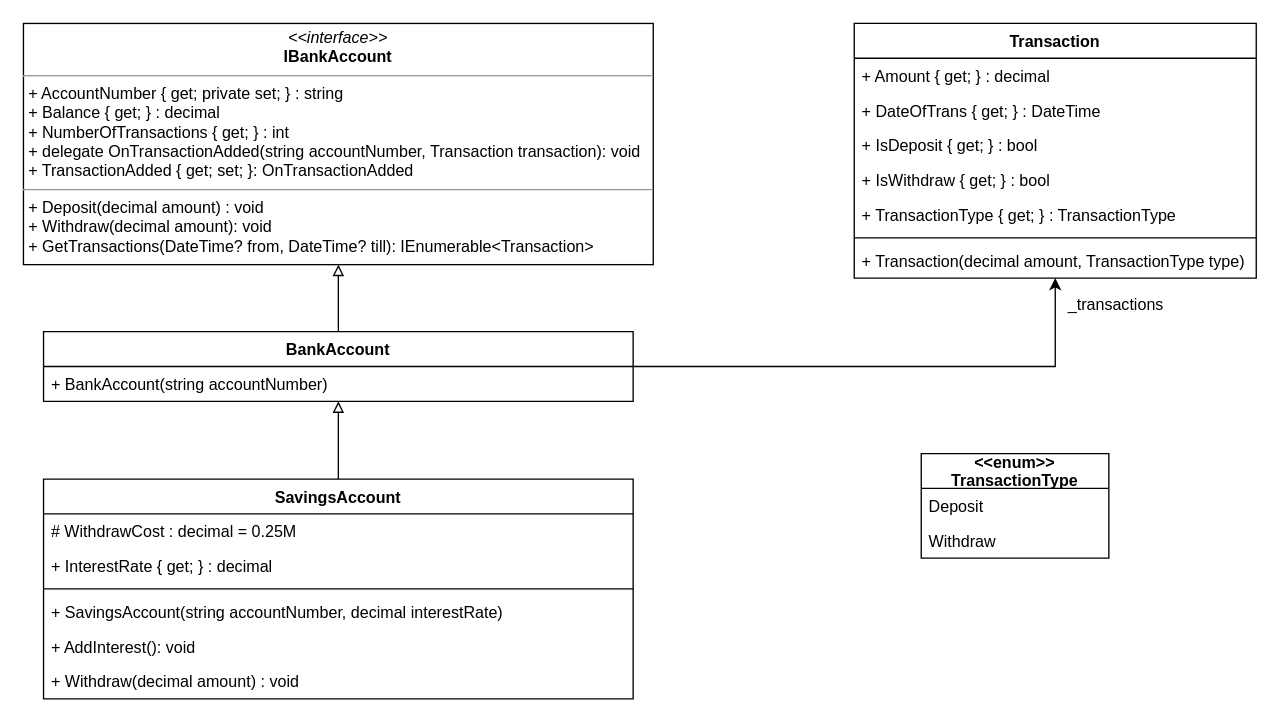
Earlier version of the draw.io diagram page "Example 6" (6 of 9) of chapters/03/banking.drawio (HOGENT-Web/csharp). Source tidied: cells renumbered, new cells numbered last; positions are measured from the earlier drawing's top-left corner, leaving out a move shared by most shapes. Both pictures are drawn from the tidied source at 134%, with x=0, y=0 at pixel (23, 23).
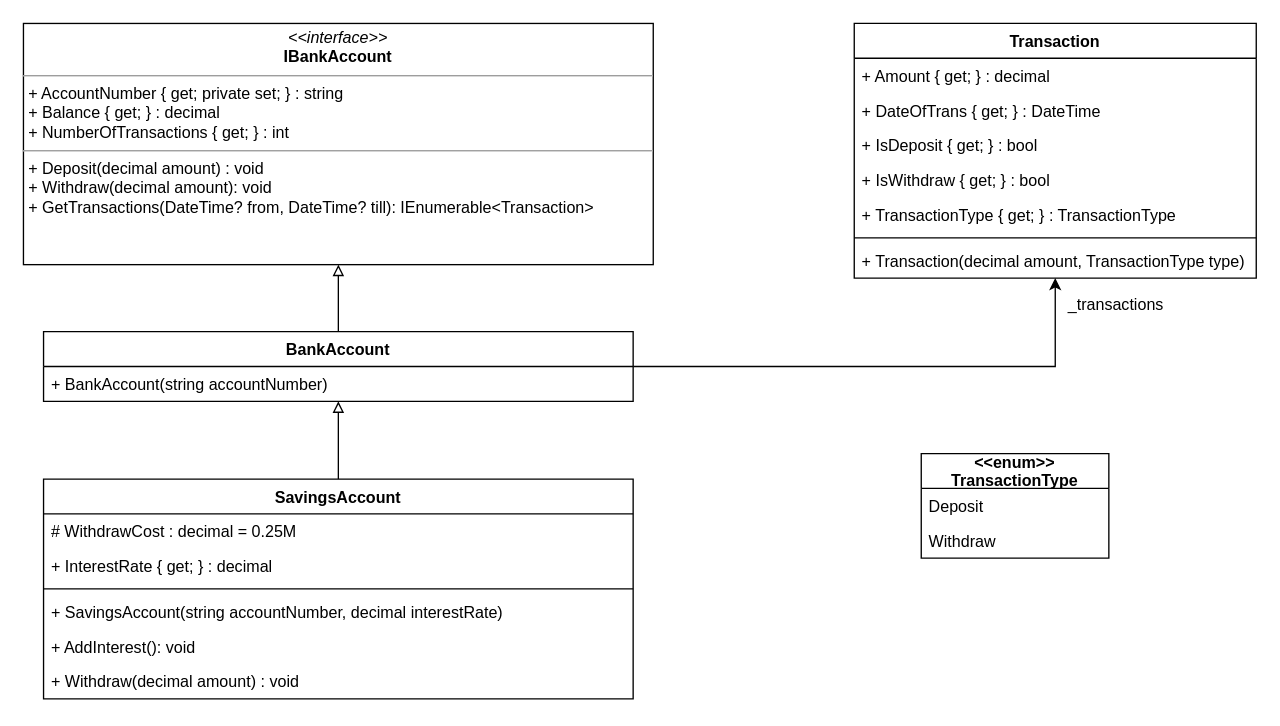
The same diagram, later.

Diff of the diagram source:
```diff
@@
-    <mxCell id="26" value="&lt;p style=&quot;margin: 0px ; margin-top: 4px ; text-align: center&quot;&gt;&lt;i&gt;&amp;lt;&amp;lt;interface&amp;gt;&amp;gt;&lt;/i&gt;&lt;br&gt;&lt;b&gt;IBankAccount&lt;/b&gt;&lt;/p&gt;&lt;hr size=&quot;1&quot;&gt;&lt;p style=&quot;margin: 0px ; margin-left: 4px&quot;&gt;+ AccountNumber { get; private set; } : string&lt;br&gt;+ Balance { get; } : decimal&lt;/p&gt;&lt;p style=&quot;margin: 0px ; margin-left: 4px&quot;&gt;+ NumberOfTransactions { get; } : int&lt;/p&gt;&lt;p style=&quot;margin: 0px ; margin-left: 4px&quot;&gt;+ delegate OnTransactionAdded(string accountNumber, Transaction transaction): void&lt;/p&gt;&lt;p style=&quot;margin: 0px ; margin-left: 4px&quot;&gt;+ TransactionAdded { get; set; }: OnTransactionAdded&lt;/p&gt;&lt;hr size=&quot;1&quot;&gt;&lt;p style=&quot;margin: 0px ; margin-left: 4px&quot;&gt;+ Deposit(decimal amount) : void&lt;/p&gt;&lt;p style=&quot;margin: 0px ; margin-left: 4px&quot;&gt;+ Withdraw(decimal amount): void&lt;br&gt;+ GetTransactions(DateTime? from, DateTime? till): IEnumerable&amp;lt;Transaction&amp;gt;&lt;br&gt;&lt;/p&gt;" style="verticalAlign=top;align=left;overflow=fill;fontSize=12;fontFamily=Helvetica;html=1;fillColor=none;" parent="1" vertex="1">
+    <mxCell id="26" value="&lt;p style=&quot;margin: 0px ; margin-top: 4px ; text-align: center&quot;&gt;&lt;i&gt;&amp;lt;&amp;lt;interface&amp;gt;&amp;gt;&lt;/i&gt;&lt;br&gt;&lt;b&gt;IBankAccount&lt;/b&gt;&lt;/p&gt;&lt;hr size=&quot;1&quot;&gt;&lt;p style=&quot;margin: 0px ; margin-left: 4px&quot;&gt;+ AccountNumber { get; private set; } : string&lt;br&gt;+ Balance { get; } : decimal&lt;/p&gt;&lt;p style=&quot;margin: 0px ; margin-left: 4px&quot;&gt;+ NumberOfTransactions { get; } : int&lt;/p&gt;&lt;hr size=&quot;1&quot;&gt;&lt;p style=&quot;margin: 0px ; margin-left: 4px&quot;&gt;+ Deposit(decimal amount) : void&lt;/p&gt;&lt;p style=&quot;margin: 0px ; margin-left: 4px&quot;&gt;+ Withdraw(decimal amount): void&lt;br&gt;+ GetTransactions(DateTime? from, DateTime? till): IEnumerable&amp;lt;Transaction&amp;gt;&lt;br&gt;&lt;/p&gt;" style="verticalAlign=top;align=left;overflow=fill;fontSize=12;fontFamily=Helvetica;html=1;fillColor=none;" parent="1" vertex="1">
       <mxGeometry width="470" height="180" as="geometry" />
     </mxCell>
```
